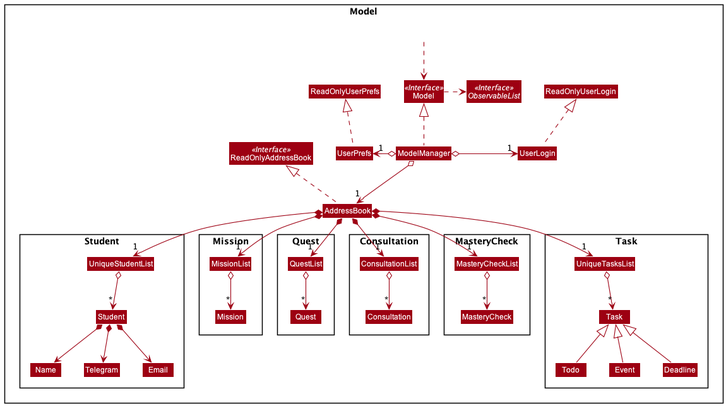
Above: docs/images/ModelClassDiagram.png in wireseo/tp (PlantUML), before the change.
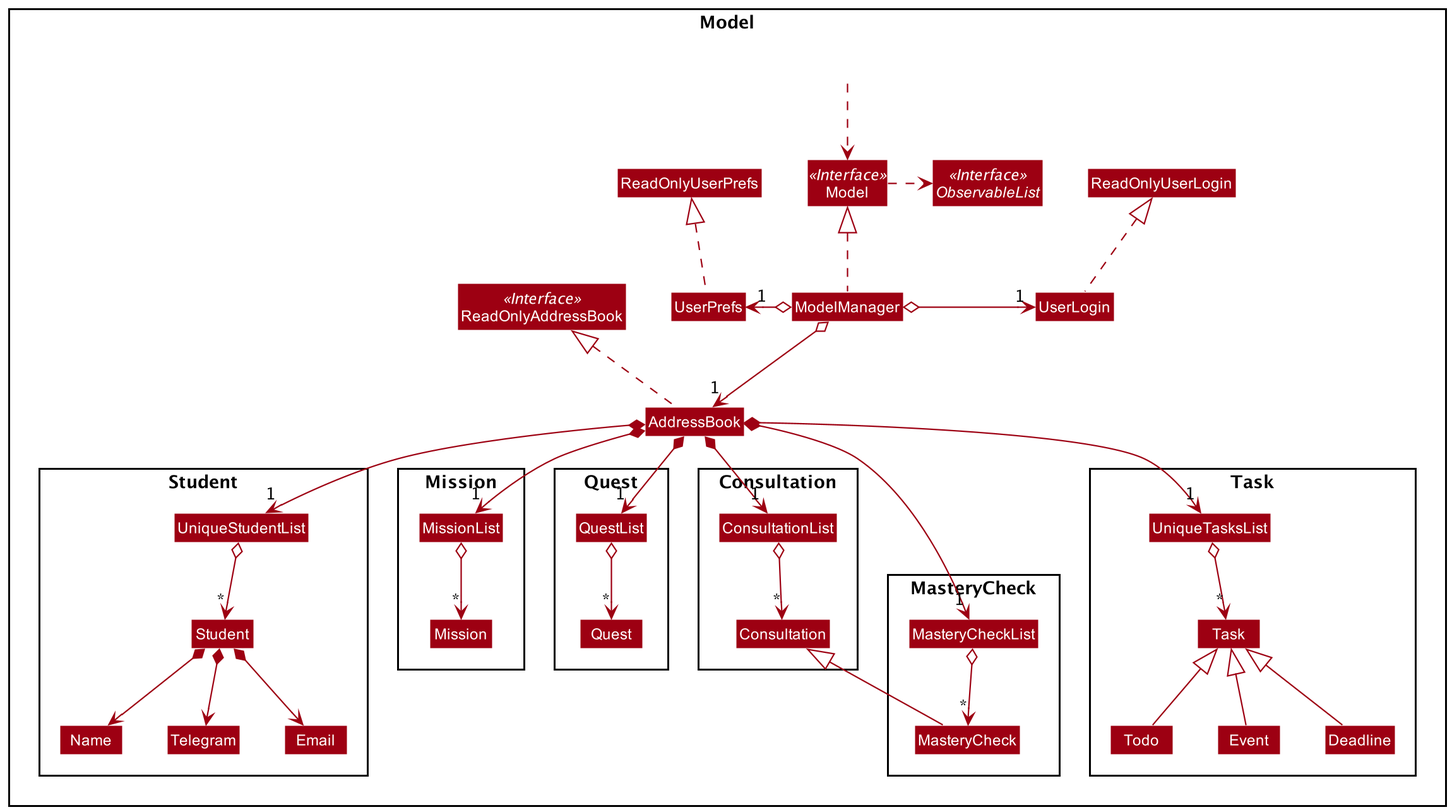
Above is the later version.

Commit message:
Update model diagram

What changed in the source:
```diff
@@ -82,6 +82,7 @@
 
 AddressBook *--> "1" MasteryCheckList
 MasteryCheckList o--> "*" MasteryCheck
+MasteryCheck -up-|> Consultation
 
 AddressBook *--> "1" ConsultationList
 ConsultationList o--> "*" Consultation
```
